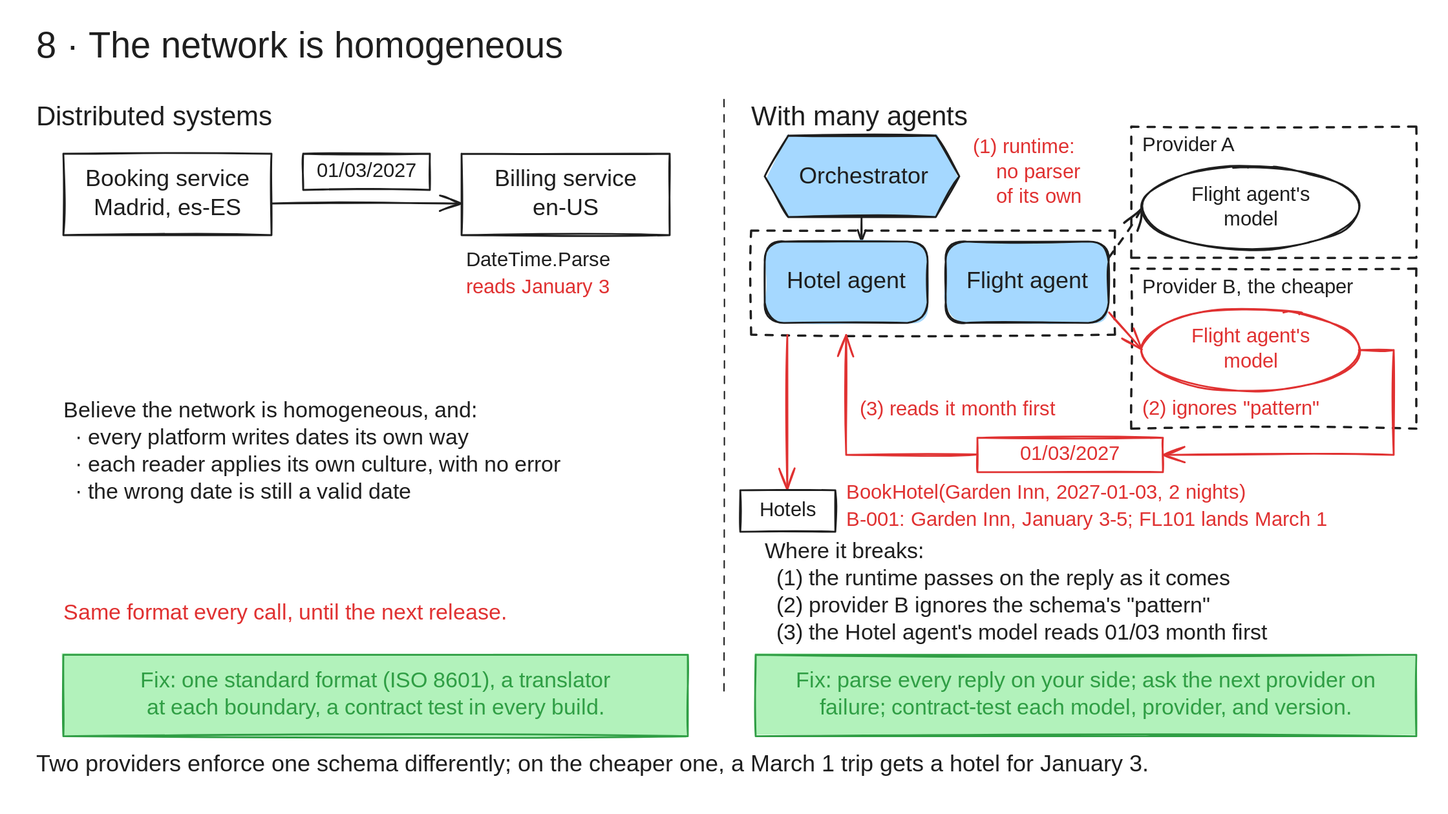
Earlier version of the Excalidraw export fallacies/08-network-is-homogeneous/diagram.excalidraw.svg (cdiazal/fallacies-of-distributed-agents). Source tidied: one line per element, renumbered; positions are measured from the earlier drawing's top-left corner, leaving out a move shared by most shapes.
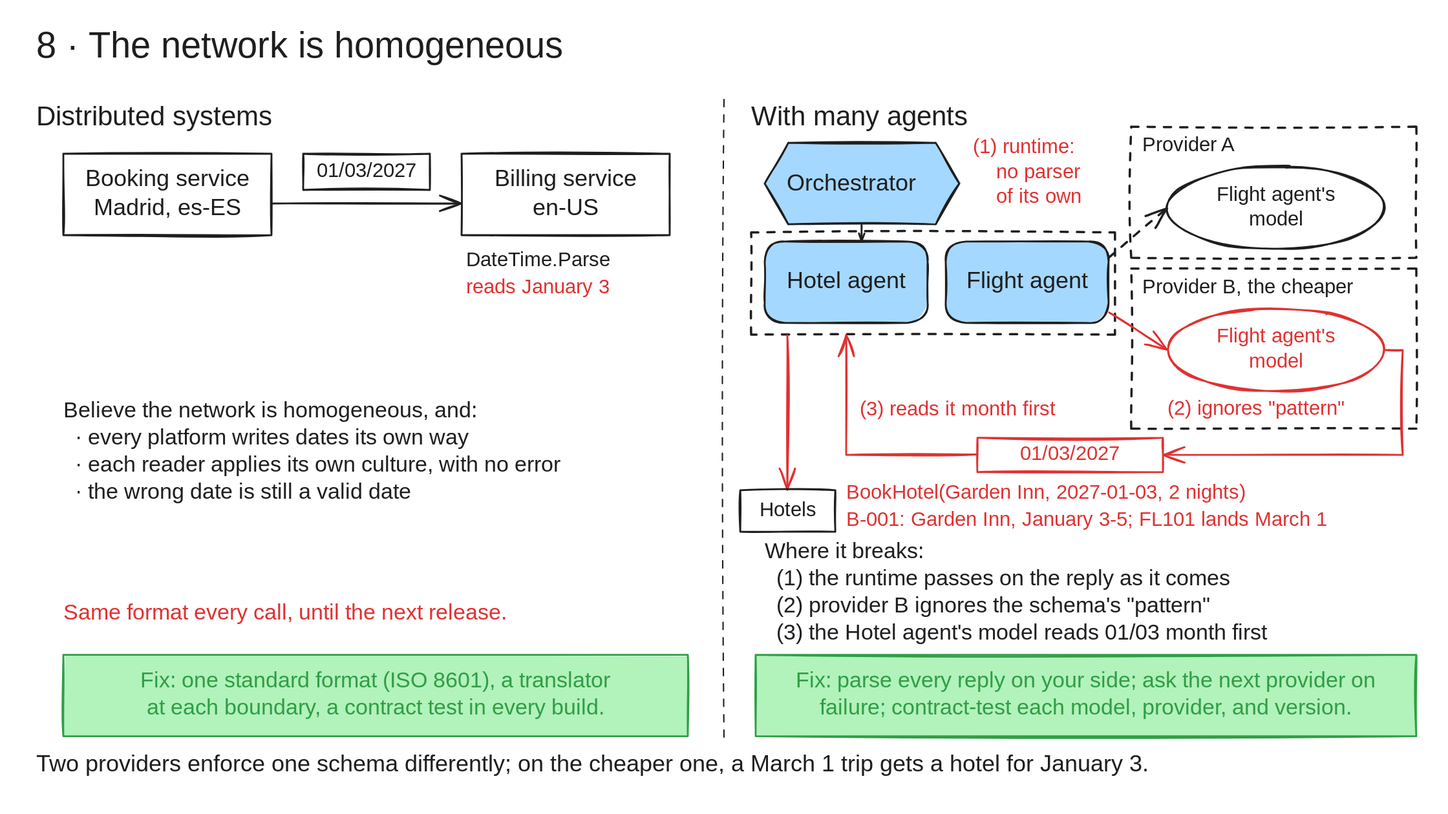
After the commit.

Diff of the diagram source:
```diff
@@ -1,52 +1,52 @@
-{"id": 0, "type": "text", "text": "8 · The network is homogeneous", "strokeColor": "#1e1e1e", "strokeWidth": 2, "roughness": 1, "fontSize": 40, "fontFamily": 5, "x": 40, "y": 28, "width": 629, "height": 50}
+{"id": 0, "type": "text", "text": "8 · The network is homogeneous", "strokeColor": "#1e1e1e", "strokeWidth": 2, "roughness": 1, "fontSize": 40, "fontFamily": 5, "x": 40, "y": 28, "width": 625, "height": 50}
 {"id": 1, "type": "text", "text": "Distributed systems", "strokeColor": "#1e1e1e", "strokeWidth": 2, "roughness": 1, "fontSize": 30, "fontFamily": 5, "x": 40, "y": 112, "width": 297, "height": 38}
 {"id": 2, "type": "text", "text": "With many agents", "strokeColor": "#1e1e1e", "strokeWidth": 2, "roughness": 1, "fontSize": 30, "fontFamily": 5, "x": 830, "y": 112, "width": 256, "height": 38}
-{"id": 3, "type": "line", "strokeColor": "#1e1e1e", "strokeWidth": 1, "strokeStyle": "dashed", "roughness": 1, "x": 800, "y": 110, "width": 0, "height": 660, "points": [[0, 0], [0, 660]]}
+{"id": 3, "type": "line", "strokeColor": "#1e1e1e", "strokeWidth": 1, "strokeStyle": "dashed", "roughness": 1, "x": 800, "y": 110, "width": 0, "height": 705, "points": [[0, 0], [0, 705]]}
-{"id": 4, "type": "text", "text": "Two providers enforce one schema differently; on the cheaper one, a March 1 trip gets a hotel for January 3.", "strokeColor": "#1e1e1e", "strokeWidth": 2, "roughness": 1, "fontSize": 26, "fontFamily": 5, "x": 40, "y": 830, "width": 1390, "height": 32}
+{"id": 4, "type": "text", "text": "Two providers enforce one schema differently; on the cheaper one, a March 1 trip gets a hotel for January 3.", "strokeColor": "#1e1e1e", "strokeWidth": 2, "roughness": 1, "fontSize": 26, "fontFamily": 5, "x": 40, "y": 830, "width": 1386, "height": 32}
 {"id": 5, "type": "rectangle", "strokeColor": "#1e1e1e", "strokeWidth": 2, "roughness": 1, "x": 70, "y": 170, "width": 230, "height": 90}
 {"id": 6, "type": "rectangle", "strokeColor": "#1e1e1e", "strokeWidth": 2, "roughness": 1, "x": 510, "y": 170, "width": 230, "height": 90}
 {"id": 7, "type": "arrow", "strokeColor": "#1e1e1e", "strokeWidth": 2, "roughness": 1, "endArrowhead": "arrow", "x": 300, "y": 225, "width": 209, "height": 0, "points": [[0, 0], [209, 0]]}
 {"id": 8, "type": "rectangle", "strokeColor": "#1e1e1e", "strokeWidth": 2, "roughness": 1, "x": 335, "y": 170, "width": 140, "height": 40}
-{"id": 9, "type": "text", "text": "DateTime.Parse", "strokeColor": "#1e1e1e", "strokeWidth": 2, "roughness": 1, "fontSize": 22, "fontFamily": 8, "x": 515, "y": 275, "width": 169, "height": 28}
+{"id": 9, "type": "text", "text": "DateTime.Parse", "strokeColor": "#1e1e1e", "strokeWidth": 2, "roughness": 1, "fontSize": 22, "fontFamily": 8, "x": 515, "y": 275, "width": 161, "height": 28}
-{"id": 10, "type": "text", "text": "reads January 3", "strokeColor": "#e03131", "strokeWidth": 2, "roughness": 1, "fontSize": 22, "fontFamily": 5, "x": 515, "y": 305, "width": 172, "height": 28}
+{"id": 10, "type": "text", "text": "reads January 3", "strokeColor": "#e03131", "strokeWidth": 2, "roughness": 1, "fontSize": 22, "fontFamily": 5, "x": 515, "y": 305, "width": 167, "height": 28}
 {"id": 11, "type": "text", "text": "Believe the network is homogeneous, and:\n  · every platform writes dates its own way\n  · each reader applies its own culture, with no error\n  · the wrong date is still a valid date", "strokeColor": "#1e1e1e", "strokeWidth": 2, "roughness": 1, "fontSize": 24, "fontFamily": 5, "x": 70, "y": 440, "width": 608, "height": 120}
 {"id": 12, "type": "text", "text": "Same format every call, until the next release.", "strokeColor": "#e03131", "strokeWidth": 2, "roughness": 1, "fontSize": 24, "fontFamily": 5, "x": 70, "y": 664, "width": 538, "height": 30}
 {"id": 13, "type": "rectangle", "strokeColor": "#2f9e44", "backgroundColor": "#b2f2bb", "fillStyle": "solid", "strokeWidth": 2, "roughness": 1, "x": 70, "y": 724, "width": 690, "height": 90}
-{"id": 14, "type": "line", "strokeColor": "#1e1e1e", "backgroundColor": "#a5d8ff", "fillStyle": "solid", "strokeWidth": 2, "roughness": 1, "x": 871, "y": 150, "width": 215, "height": 90, "points": [[0, 0], [163, 0], [189, 45], [163, 90], [0, 90], [-26, 45], [0, 0]]}
+{"id": 14, "type": "line", "strokeColor": "#1e1e1e", "backgroundColor": "#a5d8ff", "fillStyle": "solid", "strokeWidth": 2, "roughness": 1, "x": 871, "y": 158, "width": 215, "height": 90, "points": [[0, 0], [163, 0], [189, 45], [163, 90], [0, 90], [-26, 45], [0, 0]]}
-{"id": 15, "type": "text", "text": "Orchestrator", "strokeColor": "#1e1e1e", "strokeWidth": 2, "roughness": 1, "fontSize": 26, "fontFamily": 5, "x": 883, "y": 180, "width": 166, "height": 32}
+{"id": 15, "type": "text", "text": "Orchestrator", "strokeColor": "#1e1e1e", "strokeWidth": 2, "roughness": 1, "fontSize": 26, "fontFamily": 5, "x": 869, "y": 188, "width": 166, "height": 32}
 {"id": 16, "type": "text", "text": "(1) runtime:\n    no parser\n    of its own", "strokeColor": "#e03131", "strokeWidth": 2, "roughness": 1, "fontSize": 22, "fontFamily": 5, "x": 1075, "y": 150, "width": 146, "height": 82}
-{"id": 17, "type": "rectangle", "strokeColor": "#1e1e1e", "strokeWidth": 2, "strokeStyle": "dashed", "roughness": 1, "x": 830, "y": 255, "width": 402, "height": 115}
+{"id": 17, "type": "rectangle", "strokeColor": "#1e1e1e", "strokeWidth": 2, "strokeStyle": "dashed", "roughness": 1, "x": 830, "y": 257, "width": 402, "height": 113}
-{"id": 18, "type": "arrow", "strokeColor": "#1e1e1e", "strokeWidth": 2, "roughness": 1, "endArrowhead": "arrow", "x": 952, "y": 240, "width": 0, "height": 26, "points": [[0, 0], [0, 26]]}
+{"id": 18, "type": "arrow", "strokeColor": "#1e1e1e", "strokeWidth": 2, "roughness": 1, "endArrowhead": "arrow", "x": 952, "y": 248, "width": 0, "height": 18, "points": [[0, 0], [0, 18]]}
 {"id": 19, "type": "rectangle", "strokeColor": "#1e1e1e", "backgroundColor": "#a5d8ff", "fillStyle": "solid", "strokeWidth": 2, "roughness": 1, "round": true, "x": 845, "y": 267, "width": 180, "height": 90}
 {"id": 20, "type": "rectangle", "strokeColor": "#1e1e1e", "backgroundColor": "#a5d8ff", "fillStyle": "solid", "strokeWidth": 2, "roughness": 1, "round": true, "x": 1045, "y": 267, "width": 180, "height": 90}
 {"id": 21, "type": "rectangle", "strokeColor": "#1e1e1e", "strokeWidth": 2, "strokeStyle": "dashed", "roughness": 1, "x": 1250, "y": 140, "width": 315, "height": 145}
-{"id": 22, "type": "text", "text": "Provider A", "strokeColor": "#1e1e1e", "strokeWidth": 2, "roughness": 1, "fontSize": 22, "fontFamily": 5, "x": 1262, "y": 148, "width": 112, "height": 28}
+{"id": 22, "type": "text", "text": "Provider A", "strokeColor": "#1e1e1e", "strokeWidth": 2, "roughness": 1, "fontSize": 22, "fontFamily": 5, "x": 1262, "y": 148, "width": 109, "height": 28}
-{"id": 23, "type": "ellipse", "strokeColor": "#1e1e1e", "strokeWidth": 2, "roughness": 1, "x": 1262, "y": 184, "width": 240, "height": 92}
+{"id": 23, "type": "ellipse", "strokeColor": "#1e1e1e", "strokeWidth": 2, "roughness": 1, "x": 1290, "y": 184, "width": 240, "height": 92}
 {"id": 24, "type": "rectangle", "strokeColor": "#1e1e1e", "strokeWidth": 2, "strokeStyle": "dashed", "roughness": 1, "x": 1250, "y": 297, "width": 315, "height": 177}
-{"id": 25, "type": "text", "text": "Provider B, the cheaper", "strokeColor": "#1e1e1e", "strokeWidth": 2, "roughness": 1, "fontSize": 22, "fontFamily": 5, "x": 1262, "y": 305, "width": 255, "height": 28}
+{"id": 25, "type": "text", "text": "Provider B, the cheaper", "strokeColor": "#1e1e1e", "strokeWidth": 2, "roughness": 1, "fontSize": 22, "fontFamily": 5, "x": 1262, "y": 305, "width": 252, "height": 28}
-{"id": 26, "type": "ellipse", "strokeColor": "#e03131", "strokeWidth": 2, "roughness": 1, "x": 1262, "y": 341, "width": 240, "height": 92}
+{"id": 26, "type": "ellipse", "strokeColor": "#e03131", "strokeWidth": 2, "roughness": 1, "x": 1290, "y": 341, "width": 240, "height": 92}
-{"id": 27, "type": "text", "text": "(2) ignores \"pattern\"", "strokeColor": "#e03131", "strokeWidth": 2, "roughness": 1, "fontSize": 22, "fontFamily": 5, "x": 1262, "y": 439, "width": 224, "height": 28}
+{"id": 27, "type": "text", "text": "(2) ignores \"pattern\"", "strokeColor": "#e03131", "strokeWidth": 2, "roughness": 1, "fontSize": 22, "fontFamily": 5, "x": 1290, "y": 439, "width": 224, "height": 28}
-{"id": 28, "type": "arrow", "strokeColor": "#1e1e1e", "strokeWidth": 2, "strokeStyle": "dashed", "roughness": 1, "endArrowhead": "arrow", "x": 1226, "y": 284, "width": 36, "height": 54, "points": [[0, 0], [36, -54]]}
+{"id": 28, "type": "arrow", "strokeColor": "#1e1e1e", "strokeWidth": 2, "strokeStyle": "dashed", "roughness": 1, "endArrowhead": "arrow", "x": 1226, "y": 284, "width": 64, "height": 54, "points": [[0, 0], [64, -54]]}
-{"id": 29, "type": "arrow", "strokeColor": "#e03131", "strokeWidth": 2, "roughness": 1, "endArrowhead": "arrow", "x": 1226, "y": 346, "width": 36, "height": 41, "points": [[0, 0], [36, 41]]}
+{"id": 29, "type": "arrow", "strokeColor": "#e03131", "strokeWidth": 2, "roughness": 1, "endArrowhead": "arrow", "x": 1226, "y": 346, "width": 64, "height": 41, "points": [[0, 0], [64, 41]]}
-{"id": 30, "type": "arrow", "strokeColor": "#e03131", "strokeWidth": 2, "roughness": 1, "endArrowhead": "arrow", "x": 1502, "y": 387, "width": 254, "height": 116, "points": [[0, 0], [38, 0], [38, 116], [-216, 116]]}
+{"id": 30, "type": "arrow", "strokeColor": "#e03131", "strokeWidth": 2, "roughness": 1, "endArrowhead": "arrow", "x": 1530, "y": 387, "width": 264, "height": 116, "points": [[0, 0], [20, 0], [20, 116], [-244, 116]]}
 {"id": 31, "type": "rectangle", "strokeColor": "#e03131", "strokeWidth": 2, "roughness": 1, "x": 1080, "y": 484, "width": 205, "height": 38}
 {"id": 32, "type": "arrow", "strokeColor": "#e03131", "strokeWidth": 2, "roughness": 1, "endArrowhead": "arrow", "x": 1080, "y": 502, "width": 145, "height": 132, "points": [[0, 0], [-145, 0], [-145, -132]]}
 {"id": 33, "type": "text", "text": "(3) reads it month first", "strokeColor": "#e03131", "strokeWidth": 2, "roughness": 1, "fontSize": 22, "fontFamily": 5, "x": 950, "y": 440, "width": 256, "height": 28}
 {"id": 34, "type": "arrow", "strokeColor": "#e03131", "strokeWidth": 2, "roughness": 1, "endArrowhead": "arrow", "x": 870, "y": 370, "width": 0, "height": 171, "points": [[0, 0], [0, 171]]}
 {"id": 35, "type": "rectangle", "strokeColor": "#1e1e1e", "strokeWidth": 2, "roughness": 1, "x": 818, "y": 542, "width": 105, "height": 46}
-{"id": 36, "type": "text", "text": "BookHotel(Garden Inn, 2027-01-03, 2 nights)", "strokeColor": "#e03131", "strokeWidth": 2, "roughness": 1, "fontSize": 22, "fontFamily": 8, "x": 935, "y": 532, "width": 520, "height": 28}
+{"id": 36, "type": "text", "text": "BookHotel(Garden Inn, 2027-01-03, 2 nights)", "strokeColor": "#e03131", "strokeWidth": 2, "roughness": 1, "fontSize": 22, "fontFamily": 8, "x": 935, "y": 532, "width": 487, "height": 28}
-{"id": 37, "type": "text", "text": "B-001: Garden Inn, January 3-5; FL101 lands March 1", "strokeColor": "#e03131", "strokeWidth": 2, "roughness": 1, "fontSize": 22, "fontFamily": 5, "x": 935, "y": 562, "width": 568, "height": 28}
+{"id": 37, "type": "text", "text": "B-001: Garden Inn, January 3-5; FL101 lands March 1", "strokeColor": "#e03131", "strokeWidth": 2, "roughness": 1, "fontSize": 22, "fontFamily": 5, "x": 935, "y": 562, "width": 554, "height": 28}
-{"id": 38, "type": "text", "text": "Where it breaks:\n  (1) the runtime passes on the reply as it comes\n  (2) provider B ignores the schema's \"pattern\"\n  (3) the Hotel agent's model reads 01/03 month first", "strokeColor": "#1e1e1e", "strokeWidth": 2, "roughness": 1, "fontSize": 24, "fontFamily": 5, "x": 845, "y": 596, "width": 635, "height": 120}
+{"id": 38, "type": "text", "text": "Where it breaks:\n  (1) the runtime passes on the reply as it comes\n  (2) provider B ignores the schema's \"pattern\"\n  (3) the Hotel agent's model reads 01/03 month first", "strokeColor": "#1e1e1e", "strokeWidth": 2, "roughness": 1, "fontSize": 24, "fontFamily": 5, "x": 845, "y": 596, "width": 639, "height": 120}
 {"id": 39, "type": "rectangle", "strokeColor": "#2f9e44", "backgroundColor": "#b2f2bb", "fillStyle": "solid", "strokeWidth": 2, "roughness": 1, "x": 835, "y": 724, "width": 730, "height": 90}
 {"id": 40, "type": "frame", "strokeColor": "#1e1e1e", "strokeWidth": 2, "roughness": 1, "x": 0, "y": 0, "width": 1600, "height": 900}
 {"id": 41, "type": "text", "text": "Booking service\nMadrid, es-ES", "strokeColor": "#1e1e1e", "strokeWidth": 2, "roughness": 1, "fontSize": 26, "fontFamily": 5, "textAlign": "center", "verticalAlign": "middle", "inside": 5, "x": 87, "y": 182, "width": 196, "height": 65}
 {"id": 42, "type": "text", "text": "Billing service\nen-US", "strokeColor": "#1e1e1e", "strokeWidth": 2, "roughness": 1, "fontSize": 26, "fontFamily": 5, "textAlign": "center", "verticalAlign": "middle", "inside": 6, "x": 541, "y": 182, "width": 169, "height": 65}
-{"id": 43, "type": "text", "text": "01/03/2027", "strokeColor": "#1e1e1e", "strokeWidth": 2, "roughness": 1, "fontSize": 22, "fontFamily": 8, "textAlign": "center", "verticalAlign": "middle", "inside": 8, "x": 345, "y": 176, "width": 121, "height": 28}
+{"id": 52, "type": "text", "text": "01/03/2027", "strokeColor": "#1e1e1e", "strokeWidth": 2, "roughness": 1, "fontSize": 22, "fontFamily": 8, "textAlign": "center", "verticalAlign": "middle", "inside": 8, "x": 348, "y": 176, "width": 114, "height": 28}
-{"id": 44, "type": "text", "text": "Fix: one standard format (ISO 8601), a translator\nat each boundary, a contract test in every build.", "strokeColor": "#2f9e44", "strokeWidth": 2, "roughness": 1, "fontSize": 24, "fontFamily": 5, "textAlign": "center", "verticalAlign": "middle", "inside": 13, "x": 117, "y": 739, "width": 596, "height": 60}
+{"id": 44, "type": "text", "text": "Fix: one standard format (ISO 8601), a translator\nat each boundary, a contract test in every build.", "strokeColor": "#2f9e44", "strokeWidth": 2, "roughness": 1, "fontSize": 24, "fontFamily": 5, "textAlign": "center", "verticalAlign": "middle", "inside": 13, "x": 123, "y": 739, "width": 585, "height": 60}
-{"id": 45, "type": "text", "text": "Hotel agent", "strokeColor": "#1e1e1e", "strokeWidth": 2, "roughness": 1, "fontSize": 26, "fontFamily": 5, "textAlign": "center", "verticalAlign": "middle", "inside": 19, "x": 862, "y": 296, "width": 147, "height": 32}
+{"id": 45, "type": "text", "text": "Hotel agent", "strokeColor": "#1e1e1e", "strokeWidth": 2, "roughness": 1, "fontSize": 26, "fontFamily": 5, "textAlign": "center", "verticalAlign": "middle", "inside": 19, "x": 860, "y": 296, "width": 150, "height": 32}
 {"id": 46, "type": "text", "text": "Flight agent", "strokeColor": "#1e1e1e", "strokeWidth": 2, "roughness": 1, "fontSize": 26, "fontFamily": 5, "textAlign": "center", "verticalAlign": "middle", "inside": 20, "x": 1058, "y": 296, "width": 155, "height": 32}
-{"id": 47, "type": "text", "text": "Flight agent's\nmodel", "strokeColor": "#1e1e1e", "strokeWidth": 2, "roughness": 1, "fontSize": 22, "fontFamily": 5, "textAlign": "center", "verticalAlign": "middle", "inside": 23, "x": 1309, "y": 202, "width": 147, "height": 55}
-{"id": 48, "type": "text", "text": "Flight agent's\nmodel", "strokeColor": "#e03131", "strokeWidth": 2, "roughness": 1, "fontSize": 22, "fontFamily": 5, "textAlign": "center", "verticalAlign": "middle", "inside": 26, "x": 1309, "y": 359, "width": 147, "height": 55}
-{"id": 49, "type": "text", "text": "01/03/2027", "strokeColor": "#e03131", "strokeWidth": 2, "roughness": 1, "fontSize": 22, "fontFamily": 8, "textAlign": "center", "verticalAlign": "middle", "inside": 31, "x": 1122, "y": 489, "width": 121, "height": 28}
+{"id": 53, "type": "text", "text": "Flight agent's\nmodel", "strokeColor": "#1e1e1e", "strokeWidth": 2, "roughness": 1, "fontSize": 22, "fontFamily": 5, "textAlign": "center", "verticalAlign": "middle", "inside": 23, "x": 1336, "y": 202, "width": 148, "height": 55}
+{"id": 54, "type": "text", "text": "Flight agent's\nmodel", "strokeColor": "#e03131", "strokeWidth": 2, "roughness": 1, "fontSize": 22, "fontFamily": 5, "textAlign": "center", "verticalAlign": "middle", "inside": 26, "x": 1336, "y": 359, "width": 148, "height": 55}
+{"id": 55, "type": "text", "text": "01/03/2027", "strokeColor": "#e03131", "strokeWidth": 2, "roughness": 1, "fontSize": 22, "fontFamily": 8, "textAlign": "center", "verticalAlign": "middle", "inside": 31, "x": 1126, "y": 489, "width": 114, "height": 28}
-{"id": 50, "type": "text", "text": "Hotels", "strokeColor": "#1e1e1e", "strokeWidth": 2, "roughness": 1, "fontSize": 22, "fontFamily": 5, "textAlign": "center", "verticalAlign": "middle", "inside": 35, "x": 837, "y": 551, "width": 67, "height": 28}
+{"id": 50, "type": "text", "text": "Hotels", "strokeColor": "#1e1e1e", "strokeWidth": 2, "roughness": 1, "fontSize": 22, "fontFamily": 5, "textAlign": "center", "verticalAlign": "middle", "inside": 35, "x": 836, "y": 551, "width": 70, "height": 28}
-{"id": 51, "type": "text", "text": "Fix: parse every reply on your side; ask the next provider on\nfailure; contract-test each model, provider, and version.", "strokeColor": "#2f9e44", "strokeWidth": 2, "roughness": 1, "fontSize": 24, "fontFamily": 5, "textAlign": "center", "verticalAlign": "middle", "inside": 39, "x": 846, "y": 739, "width": 708, "height": 60}
+{"id": 51, "type": "text", "text": "Fix: parse every reply on your side; ask the next provider on\nfailure; contract-test each model, provider, and version.", "strokeColor": "#2f9e44", "strokeWidth": 2, "roughness": 1, "fontSize": 24, "fontFamily": 5, "textAlign": "center", "verticalAlign": "middle", "inside": 39, "x": 847, "y": 739, "width": 706, "height": 60}
```
